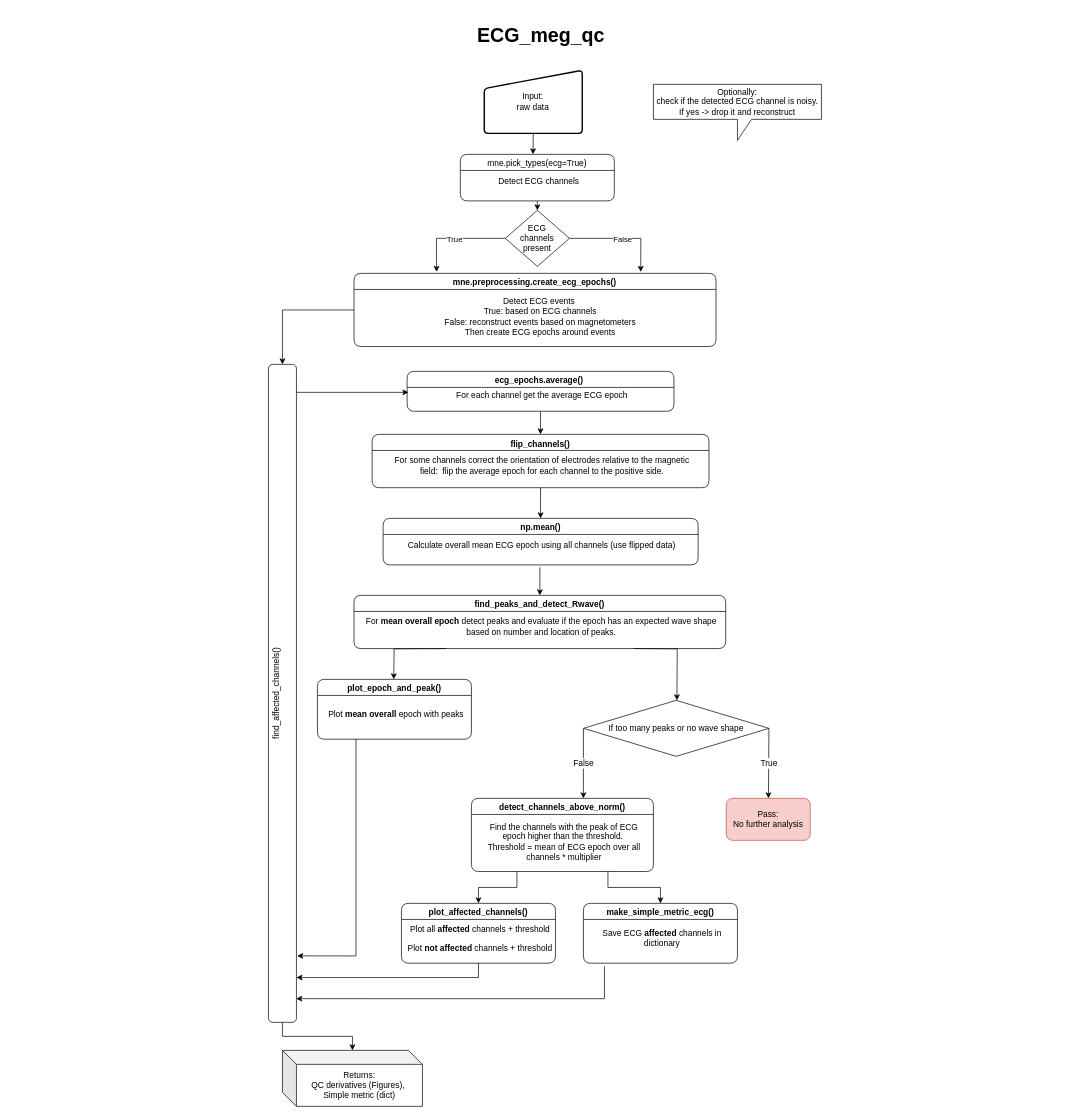
Above: docs and diagrams/ECG_UML_fin.drawio in oldgandalf/MEGqcJorge (draw.io), before the change. Source tidied: cells renumbered, new cells numbered last; positions are measured from the earlier drawing's top-left corner, leaving out a move shared by most shapes. Both pictures are drawn from the tidied source at 70%, with x=0, y=0 at pixel (12, 21).
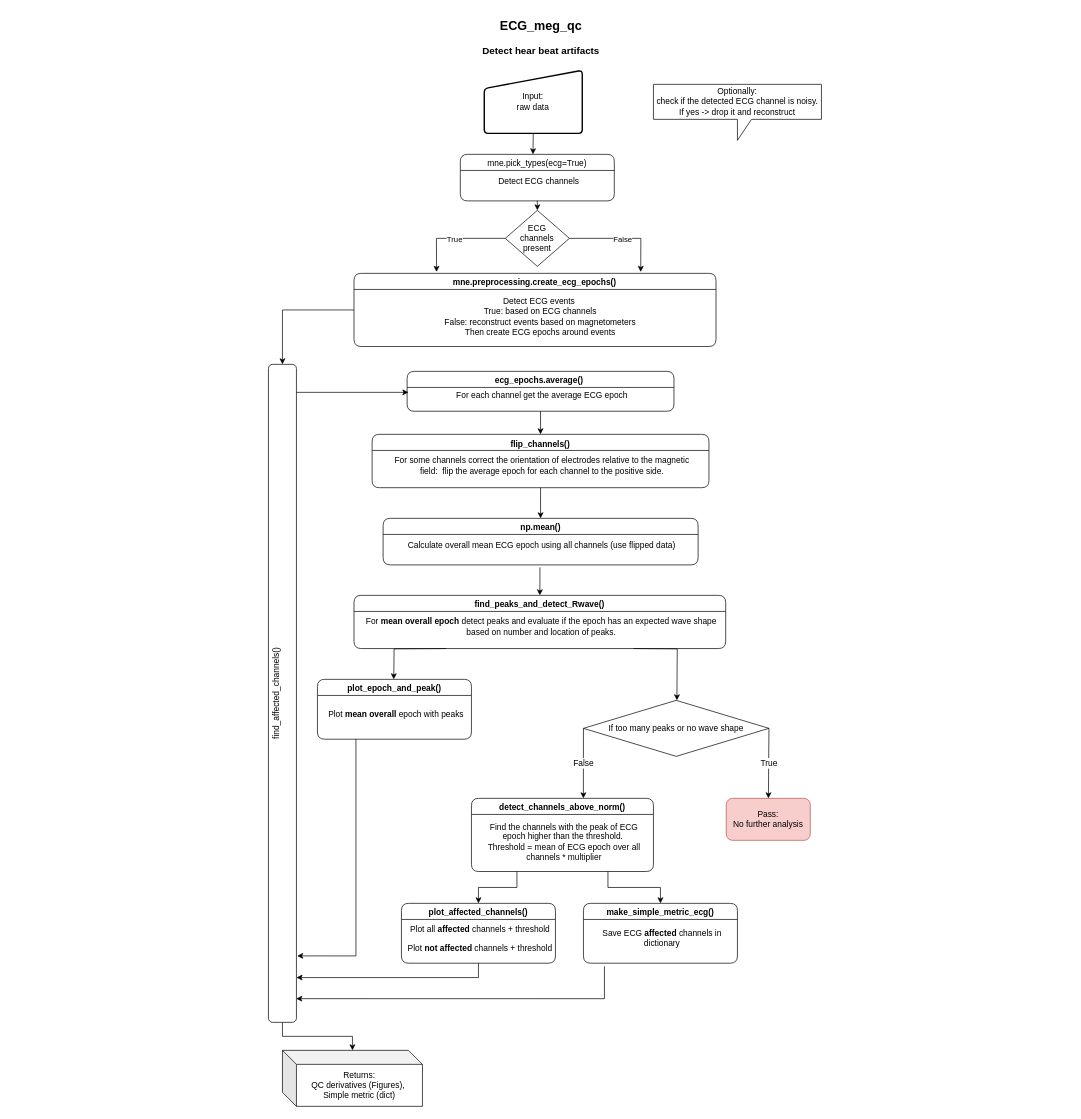
After the change.

Diff of the diagram source:
```diff
@@
-    <mxCell id="2" value="ECG_meg_qc" style="text;strokeColor=none;fillColor=none;html=1;fontSize=28;fontStyle=1;verticalAlign=middle;align=center;" parent="1" vertex="1">
+    <mxCell id="2" value="&lt;font style=&quot;&quot;&gt;&lt;span style=&quot;font-size: 18px;&quot;&gt;ECG_meg_qc&lt;/span&gt;&lt;br&gt;&lt;font style=&quot;font-size: 14px;&quot;&gt;Detect hear beat artifacts&lt;/font&gt;&lt;br&gt;&lt;/font&gt;" style="text;strokeColor=none;fillColor=none;html=1;fontSize=28;fontStyle=1;verticalAlign=middle;align=center;" parent="1" vertex="1">
       <mxGeometry x="-0.2" width="1510" height="40" as="geometry" />
     </mxCell>
```
